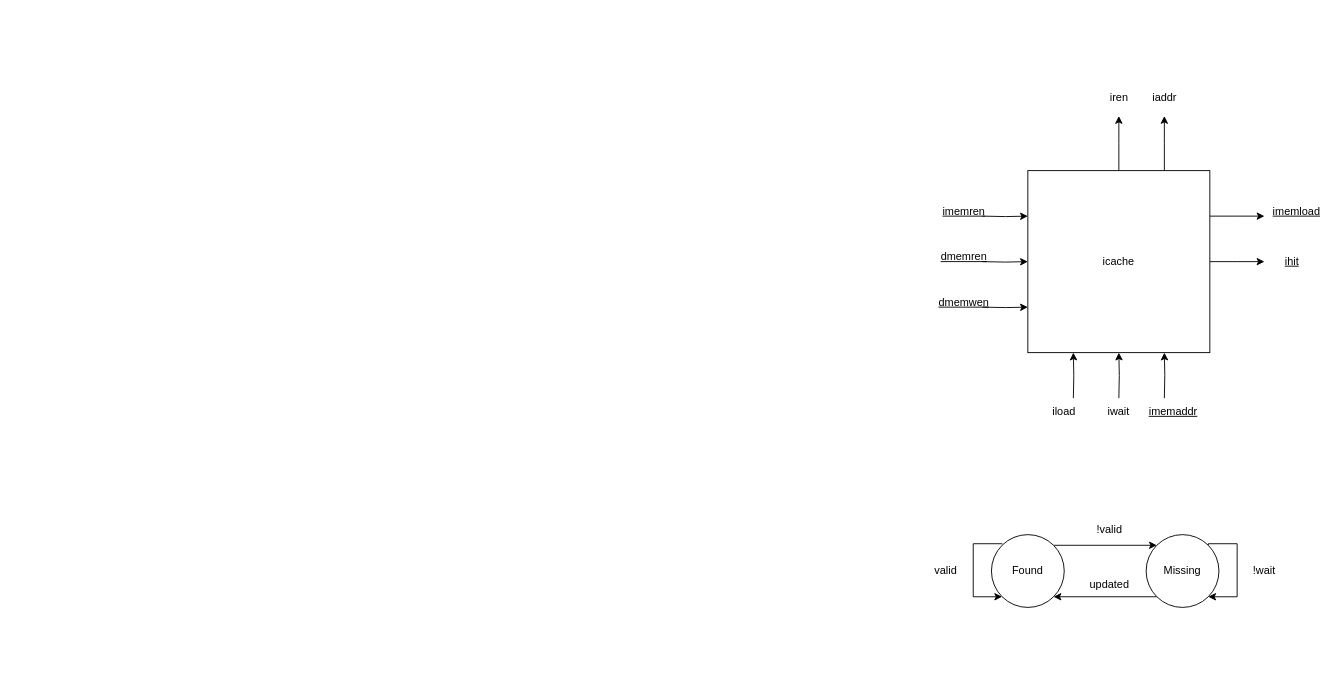
Before: Caches.drawio in dsrasheed/ece437, a draw.io diagram. Source tidied: cells renumbered, new cells numbered last; positions are measured from the earlier drawing's top-left corner, leaving out a move shared by most shapes. Both pictures are drawn from the tidied source at 91%, with x=0, y=0 at pixel (918, 88).
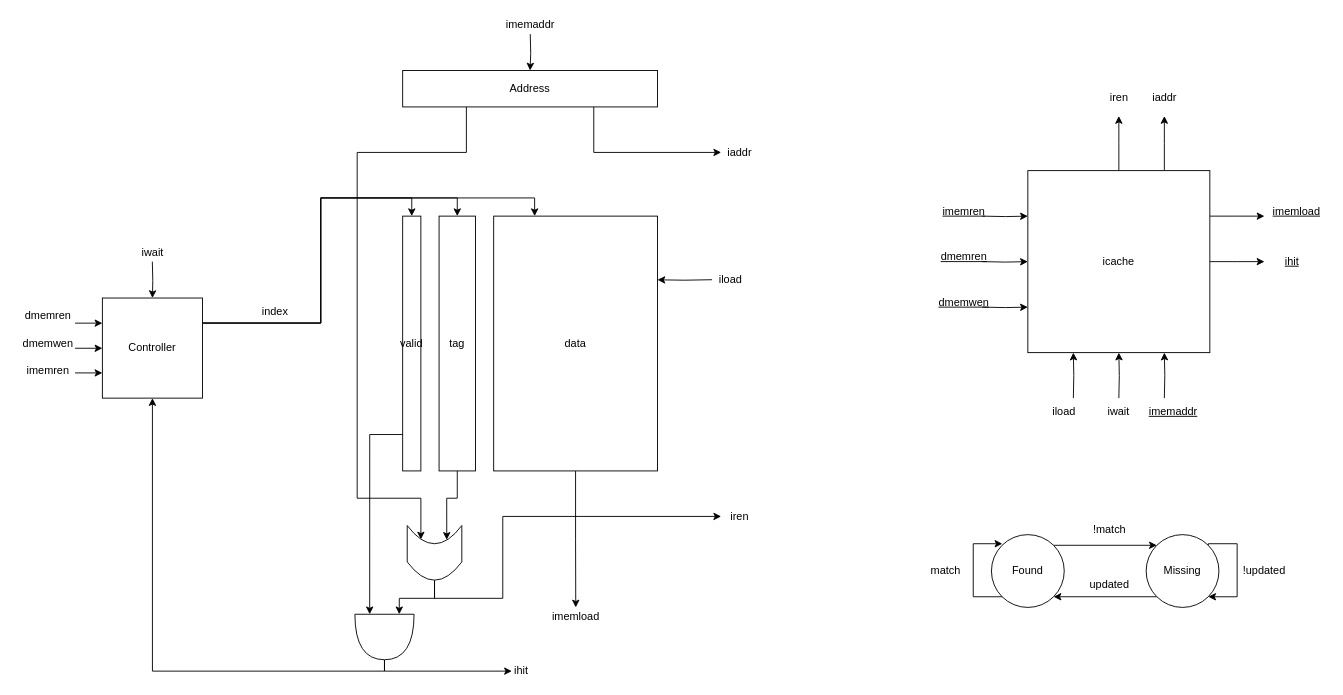
The same diagram, later.

The change refers to these unchanged cells:
```xml
<mxCell id="24" value="Found" style="ellipse;whiteSpace=wrap;html=1;" parent="1" vertex="1">
  <mxGeometry x="80" y="490" width="80" height="80" as="geometry" />
</mxCell>
```

The edit, as a diff of the source:
```diff
@@
-    <mxCell id="27" style="edgeStyle=orthogonalEdgeStyle;rounded=0;jettySize=auto;html=1;entryX=0;entryY=1;entryDx=0;entryDy=0;" parent="1" edge="1" target="24">
+    <mxCell id="27" style="edgeStyle=orthogonalEdgeStyle;rounded=0;jettySize=auto;html=1;entryX=0;entryY=1;entryDx=0;entryDy=0;exitX=0;exitY=1;exitDx=0;exitDy=0;" parent="1" edge="1" source="24">
       <mxGeometry relative="1" as="geometry">
-        <mxPoint x="92" y="500" as="sourcePoint" />
+        <mxPoint x="92" y="500" as="targetPoint" />
         <Array as="points">
+          <mxPoint x="60" y="558" />
           <mxPoint x="60" y="500" />
-          <mxPoint x="60" y="558" />
         </Array>
       </mxGeometry>
     </mxCell>
@@
-    <mxCell id="29" value="!valid" style="text;html=1;strokeColor=none;fillColor=none;align=center;verticalAlign=middle;whiteSpace=wrap;rounded=0;" parent="1" vertex="1">
+    <mxCell id="29" value="!match" style="text;html=1;strokeColor=none;fillColor=none;align=center;verticalAlign=middle;whiteSpace=wrap;rounded=0;" parent="1" vertex="1">
       <mxGeometry x="180" y="470" width="60" height="30" as="geometry" />
     </mxCell>
@@
-    <mxCell id="31" value="!wait" style="text;html=1;strokeColor=none;fillColor=none;align=center;verticalAlign=middle;whiteSpace=wrap;rounded=0;" parent="1" vertex="1">
+    <mxCell id="31" value="!updated" style="text;html=1;strokeColor=none;fillColor=none;align=center;verticalAlign=middle;whiteSpace=wrap;rounded=0;" parent="1" vertex="1">
       <mxGeometry x="350" y="515" width="60" height="30" as="geometry" />
     </mxCell>
-    <mxCell id="32" value="valid" style="text;html=1;strokeColor=none;fillColor=none;align=center;verticalAlign=middle;whiteSpace=wrap;rounded=0;" parent="1" vertex="1">
+    <mxCell id="32" value="match" style="text;html=1;strokeColor=none;fillColor=none;align=center;verticalAlign=middle;whiteSpace=wrap;rounded=0;" parent="1" vertex="1">
       <mxGeometry y="515" width="60" height="30" as="geometry" />
     </mxCell>
+    <mxCell id="33" style="edgeStyle=orthogonalEdgeStyle;rounded=0;jettySize=auto;html=1;exitX=0.25;exitY=1;exitDx=0;exitDy=0;entryX=0;entryY=0.75;entryDx=0;entryDy=0;entryPerimeter=0;" parent="1" edge="1" source="34" target="49">
+      <mxGeometry relative="1" as="geometry">
+        <Array as="points">
+          <mxPoint x="-562" y="380" />
+          <mxPoint x="-603" y="380" />
+        </Array>
+      </mxGeometry>
+    </mxCell>
+    <mxCell id="34" value="valid" style="rounded=0;whiteSpace=wrap;html=1;" parent="1" vertex="1">
+      <mxGeometry x="-567" y="140" width="20" height="280" as="geometry" />
+    </mxCell>
+    <mxCell id="35" style="edgeStyle=orthogonalEdgeStyle;rounded=0;jettySize=auto;html=1;entryX=0.738;entryY=0.724;entryDx=0;entryDy=0;entryPerimeter=0;" parent="1" edge="1" source="36" target="46">
+      <mxGeometry relative="1" as="geometry" />
+    </mxCell>
+    <mxCell id="36" value="tag" style="rounded=0;whiteSpace=wrap;html=1;" parent="1" vertex="1">
+      <mxGeometry x="-527" y="140" width="40" height="280" as="geometry" />
+    </mxCell>
+    <mxCell id="37" style="edgeStyle=orthogonalEdgeStyle;rounded=0;jettySize=auto;html=1;exitX=0.5;exitY=1;exitDx=0;exitDy=0;" parent="1" edge="1" source="39">
+      <mxGeometry relative="1" as="geometry">
+        <mxPoint x="-376.8" y="570" as="targetPoint" />
+      </mxGeometry>
+    </mxCell>
+    <mxCell id="38" style="edgeStyle=orthogonalEdgeStyle;rounded=0;jettySize=auto;html=1;exitX=1;exitY=0.25;exitDx=0;exitDy=0;entryX=1;entryY=0.25;entryDx=0;entryDy=0;" parent="1" edge="1" target="39">
+      <mxGeometry relative="1" as="geometry">
+        <mxPoint x="-227" y="209.9" as="sourcePoint" />
+      </mxGeometry>
+    </mxCell>
+    <mxCell id="39" value="data" style="rounded=0;whiteSpace=wrap;html=1;" parent="1" vertex="1">
+      <mxGeometry x="-467" y="140" width="180" height="280" as="geometry" />
+    </mxCell>
+    <mxCell id="40" style="edgeStyle=orthogonalEdgeStyle;rounded=0;jettySize=auto;html=1;exitX=0.25;exitY=1;exitDx=0;exitDy=0;entryX=0.745;entryY=0.25;entryDx=0;entryDy=0;entryPerimeter=0;" parent="1" edge="1" source="43" target="46">
+      <mxGeometry relative="1" as="geometry">
+        <Array as="points">
+          <mxPoint x="-497" y="70" />
+          <mxPoint x="-617" y="70" />
+          <mxPoint x="-617" y="450" />
+          <mxPoint x="-547" y="450" />
+        </Array>
+      </mxGeometry>
+    </mxCell>
+    <mxCell id="41" style="edgeStyle=orthogonalEdgeStyle;rounded=0;jettySize=auto;html=1;exitX=0.5;exitY=0;exitDx=0;exitDy=0;entryX=0.5;entryY=0;entryDx=0;entryDy=0;" parent="1" edge="1" target="43">
+      <mxGeometry relative="1" as="geometry">
+        <mxPoint x="-426.8" y="-60" as="sourcePoint" />
+      </mxGeometry>
+    </mxCell>
+    <mxCell id="42" style="edgeStyle=orthogonalEdgeStyle;rounded=0;jettySize=auto;html=1;exitX=0.75;exitY=1;exitDx=0;exitDy=0;" parent="1" edge="1" source="43">
+      <mxGeometry relative="1" as="geometry">
+        <mxPoint x="-217" y="70" as="targetPoint" />
+        <Array as="points">
+          <mxPoint x="-357" y="70" />
+          <mxPoint x="-227" y="70" />
+        </Array>
+      </mxGeometry>
+    </mxCell>
+    <mxCell id="43" value="Address" style="rounded=0;whiteSpace=wrap;html=1;" parent="1" vertex="1">
+      <mxGeometry x="-567" y="-20" width="280" height="40" as="geometry" />
+    </mxCell>
+    <mxCell id="44" style="edgeStyle=orthogonalEdgeStyle;rounded=0;jettySize=auto;html=1;exitX=0;exitY=0.5;exitDx=0;exitDy=0;entryX=0;entryY=0.25;entryDx=0;entryDy=0;entryPerimeter=0;" parent="1" edge="1" source="46" target="49">
+      <mxGeometry relative="1" as="geometry" />
+    </mxCell>
+    <mxCell id="45" style="edgeStyle=orthogonalEdgeStyle;rounded=0;jettySize=auto;html=1;exitX=0;exitY=0.5;exitDx=0;exitDy=0;" parent="1" edge="1" source="46">
+      <mxGeometry relative="1" as="geometry">
+        <mxPoint x="-217" y="470" as="targetPoint" />
+        <Array as="points">
+          <mxPoint x="-532" y="560" />
+          <mxPoint x="-457" y="560" />
+          <mxPoint x="-457" y="470" />
+        </Array>
+      </mxGeometry>
+    </mxCell>
+    <mxCell id="46" style="shape=dataStorage;whiteSpace=wrap;html=1;fixedSize=1;rotation=-90;" parent="1" vertex="1">
+      <mxGeometry x="-562" y="480" width="60" height="60" as="geometry" />
+    </mxCell>
+    <mxCell id="47" style="edgeStyle=orthogonalEdgeStyle;rounded=0;jettySize=auto;html=1;exitX=1;exitY=0.5;exitDx=0;exitDy=0;exitPerimeter=0;" parent="1" edge="1" source="49">
+      <mxGeometry relative="1" as="geometry">
+        <mxPoint x="-447" y="640" as="targetPoint" />
+        <Array as="points">
+          <mxPoint x="-587" y="640" />
+          <mxPoint x="-457" y="640" />
+        </Array>
+      </mxGeometry>
+    </mxCell>
+    <mxCell id="48" style="edgeStyle=orthogonalEdgeStyle;rounded=0;jettySize=auto;html=1;exitX=1;exitY=0.5;exitDx=0;exitDy=0;exitPerimeter=0;entryX=0.5;entryY=1;entryDx=0;entryDy=0;" parent="1" edge="1" source="49" target="63">
+      <mxGeometry relative="1" as="geometry">
+        <Array as="points">
+          <mxPoint x="-587" y="640" />
+          <mxPoint x="-842" y="640" />
+        </Array>
+      </mxGeometry>
+    </mxCell>
+    <mxCell id="49" style="shape=or;whiteSpace=wrap;html=1;rotation=90;" parent="1" vertex="1">
+      <mxGeometry x="-612" y="570" width="50" height="65" as="geometry" />
+    </mxCell>
+    <mxCell id="50" value="ihit" style="text;html=1;align=center;verticalAlign=middle;strokeColor=none;fillColor=none;" parent="1" vertex="1">
+      <mxGeometry x="-452" y="630" width="30" height="20" as="geometry" />
+    </mxCell>
+    <mxCell id="51" value="imemload" style="text;html=1;align=center;verticalAlign=middle;strokeColor=none;fillColor=none;" parent="1" vertex="1">
+      <mxGeometry x="-412" y="570" width="70" height="20" as="geometry" />
+    </mxCell>
+    <mxCell id="52" value="iload" style="text;html=1;align=center;verticalAlign=middle;strokeColor=none;fillColor=none;" parent="1" vertex="1">
+      <mxGeometry x="-227" y="200" width="40" height="20" as="geometry" />
+    </mxCell>
+    <mxCell id="53" value="iren" style="text;html=1;align=center;verticalAlign=middle;strokeColor=none;fillColor=none;" parent="1" vertex="1">
+      <mxGeometry x="-217" y="460" width="40" height="20" as="geometry" />
+    </mxCell>
+    <mxCell id="54" value="imemaddr" style="text;html=1;align=center;verticalAlign=middle;strokeColor=none;fillColor=none;" parent="1" vertex="1">
+      <mxGeometry x="-462" y="-80" width="70" height="20" as="geometry" />
+    </mxCell>
+    <mxCell id="55" value="iaddr" style="text;html=1;align=center;verticalAlign=middle;strokeColor=none;fillColor=none;" parent="1" vertex="1">
+      <mxGeometry x="-217" y="60" width="40" height="20" as="geometry" />
+    </mxCell>
+    <mxCell id="56" style="edgeStyle=orthogonalEdgeStyle;rounded=0;jettySize=auto;html=1;exitX=1;exitY=0.25;exitDx=0;exitDy=0;entryX=0.5;entryY=0;entryDx=0;entryDy=0;" parent="1" edge="1" source="63" target="34">
+      <mxGeometry relative="1" as="geometry">
+        <Array as="points">
+          <mxPoint x="-657" y="258" />
+          <mxPoint x="-657" y="120" />
+          <mxPoint x="-557" y="120" />
+        </Array>
+      </mxGeometry>
+    </mxCell>
+    <mxCell id="57" style="edgeStyle=orthogonalEdgeStyle;rounded=0;jettySize=auto;html=1;exitX=1;exitY=0.25;exitDx=0;exitDy=0;entryX=0.5;entryY=0;entryDx=0;entryDy=0;" parent="1" edge="1" source="63" target="36">
+      <mxGeometry relative="1" as="geometry" />
+    </mxCell>
+    <mxCell id="58" style="edgeStyle=orthogonalEdgeStyle;rounded=0;jettySize=auto;html=1;exitX=1;exitY=0.25;exitDx=0;exitDy=0;entryX=0.25;entryY=0;entryDx=0;entryDy=0;" parent="1" edge="1" source="63" target="39">
+      <mxGeometry relative="1" as="geometry">
+        <Array as="points">
+          <mxPoint x="-657" y="258" />
+          <mxPoint x="-657" y="120" />
+          <mxPoint x="-422" y="120" />
+        </Array>
+      </mxGeometry>
+    </mxCell>
+    <mxCell id="59" style="edgeStyle=orthogonalEdgeStyle;rounded=0;jettySize=auto;html=1;exitX=0;exitY=0.25;exitDx=0;exitDy=0;entryX=0;entryY=0.25;entryDx=0;entryDy=0;" parent="1" edge="1" target="63">
+      <mxGeometry relative="1" as="geometry">
+        <mxPoint x="-927" y="257.6" as="sourcePoint" />
+      </mxGeometry>
+    </mxCell>
+    <mxCell id="60" style="edgeStyle=orthogonalEdgeStyle;rounded=0;jettySize=auto;html=1;exitX=0;exitY=0.5;exitDx=0;exitDy=0;entryX=0;entryY=0.5;entryDx=0;entryDy=0;" parent="1" edge="1" target="63">
+      <mxGeometry relative="1" as="geometry">
+        <mxPoint x="-927" y="285.2" as="sourcePoint" />
+      </mxGeometry>
+    </mxCell>
+    <mxCell id="61" style="edgeStyle=orthogonalEdgeStyle;rounded=0;jettySize=auto;html=1;exitX=0;exitY=0.75;exitDx=0;exitDy=0;entryX=0;entryY=0.75;entryDx=0;entryDy=0;" parent="1" edge="1" target="63">
+      <mxGeometry relative="1" as="geometry">
+        <mxPoint x="-927" y="312.3" as="sourcePoint" />
+      </mxGeometry>
+    </mxCell>
+    <mxCell id="62" style="edgeStyle=orthogonalEdgeStyle;rounded=0;jettySize=auto;html=1;exitX=0.5;exitY=0;exitDx=0;exitDy=0;entryX=0.5;entryY=0;entryDx=0;entryDy=0;" parent="1" edge="1" target="63">
+      <mxGeometry relative="1" as="geometry">
+        <mxPoint x="-842.1" y="190" as="sourcePoint" />
+      </mxGeometry>
+    </mxCell>
+    <mxCell id="63" value="Controller" style="whiteSpace=wrap;html=1;" parent="1" vertex="1">
+      <mxGeometry x="-897" y="230" width="110" height="110" as="geometry" />
+    </mxCell>
+    <mxCell id="64" value="index" style="text;html=1;strokeColor=none;fillColor=none;align=center;verticalAlign=middle;whiteSpace=wrap;rounded=0;" parent="1" vertex="1">
+      <mxGeometry x="-737" y="230" width="60" height="30" as="geometry" />
+    </mxCell>
+    <mxCell id="65" value="dmemren" style="text;html=1;align=center;verticalAlign=middle;strokeColor=none;fillColor=none;" parent="1" vertex="1">
+      <mxGeometry x="-992" y="240" width="70" height="20" as="geometry" />
+    </mxCell>
+    <mxCell id="66" value="dmemwen" style="text;html=1;align=center;verticalAlign=middle;strokeColor=none;fillColor=none;" parent="1" vertex="1">
+      <mxGeometry x="-992" y="270" width="70" height="20" as="geometry" />
+    </mxCell>
+    <mxCell id="67" value="imemren" style="text;html=1;align=center;verticalAlign=middle;strokeColor=none;fillColor=none;" parent="1" vertex="1">
+      <mxGeometry x="-987" y="300" width="60" height="20" as="geometry" />
+    </mxCell>
+    <mxCell id="68" value="iwait" style="text;html=1;align=center;verticalAlign=middle;strokeColor=none;fillColor=none;" parent="1" vertex="1">
+      <mxGeometry x="-862" y="170" width="40" height="20" as="geometry" />
+    </mxCell>
```
